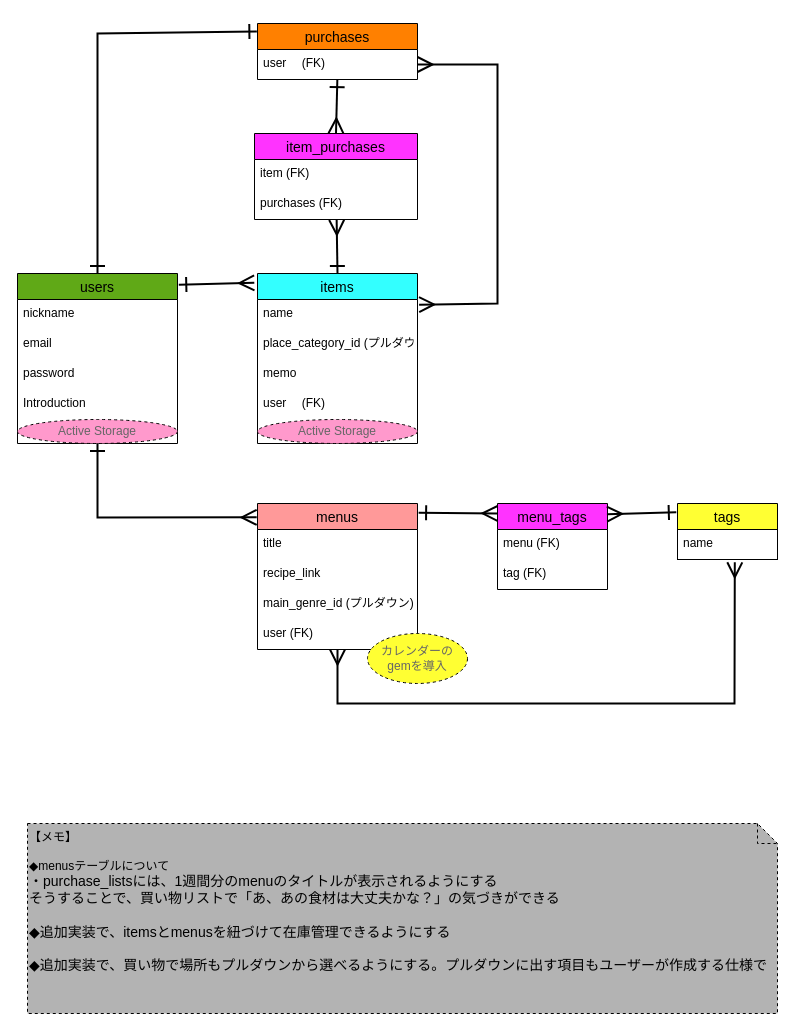
Before: page "案1" (1 of 2) of ER.dio in miyazato1872/shopping_memo, a draw.io diagram. Source tidied: cells renumbered, new cells numbered last; positions are measured from the earlier drawing's top-left corner, leaving out a move shared by most shapes. Both pictures are drawn from the tidied source at 100%, with x=0, y=0 at pixel (17, 23).
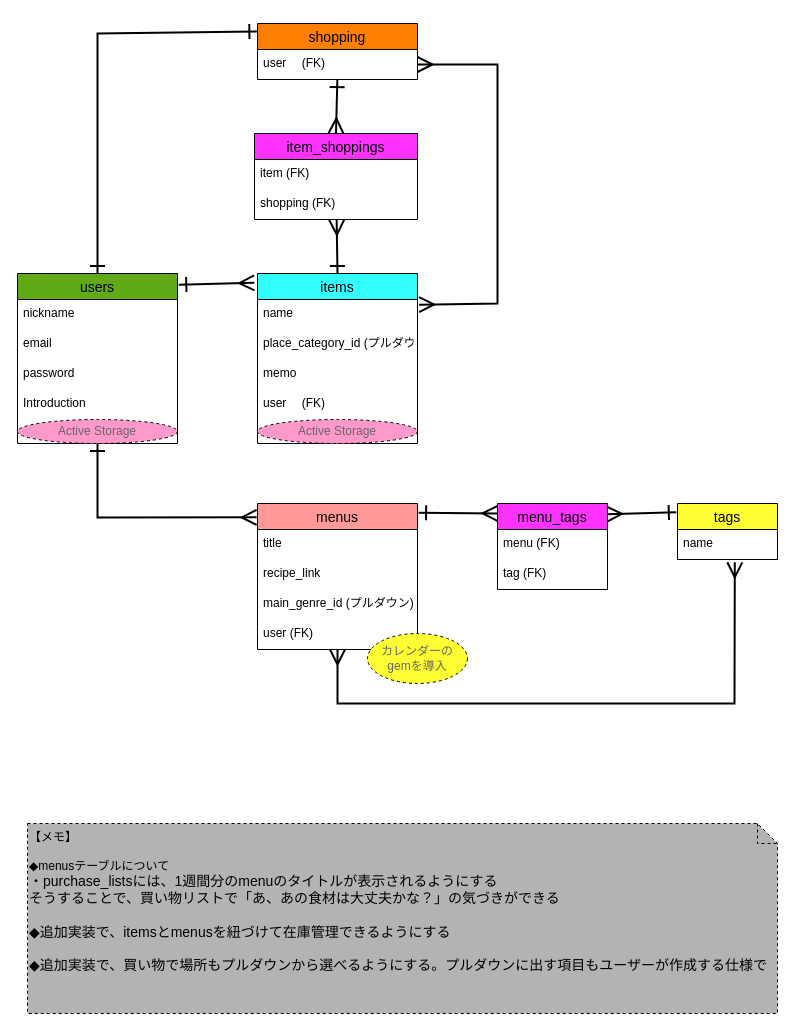
After the change.

Diff of the diagram source:
```diff
@@
-    <mxCell id="14" value="purchases" style="swimlane;fontStyle=0;horizontal=1;startSize=26;align=center;fontSize=14;rounded=0;swimlaneLine=1;glass=0;shadow=0;fillColor=#FF8000;fontColor=#000000;" parent="1" vertex="1">
+    <mxCell id="14" value="shopping" style="swimlane;fontStyle=0;horizontal=1;startSize=26;align=center;fontSize=14;rounded=0;swimlaneLine=1;glass=0;shadow=0;fillColor=#FF8000;fontColor=#000000;" parent="1" vertex="1">
       <mxGeometry x="240" width="160" height="56" as="geometry" />
     </mxCell>
@@
-    <mxCell id="35" value="item_purchases" style="swimlane;fontStyle=0;horizontal=1;startSize=26;align=center;fontSize=14;rounded=0;swimlaneLine=1;glass=0;shadow=0;fillColor=#FF33FF;fontColor=#000000;" parent="1" vertex="1">
+    <mxCell id="35" value="item_shoppings" style="swimlane;fontStyle=0;horizontal=1;startSize=26;align=center;fontSize=14;rounded=0;swimlaneLine=1;glass=0;shadow=0;fillColor=#FF33FF;fontColor=#000000;" parent="1" vertex="1">
       <mxGeometry x="237" y="110" width="163" height="86" as="geometry" />
     </mxCell>
@@
-    <mxCell id="37" value="purchases (FK)" style="text;strokeColor=none;fillColor=none;spacingLeft=4;spacingRight=4;overflow=hidden;points=[[0,0.5],[1,0.5]];portConstraint=eastwest;fontSize=12;" parent="35" vertex="1">
+    <mxCell id="37" value="shopping (FK)" style="text;strokeColor=none;fillColor=none;spacingLeft=4;spacingRight=4;overflow=hidden;points=[[0,0.5],[1,0.5]];portConstraint=eastwest;fontSize=12;" parent="35" vertex="1">
       <mxGeometry y="56" width="163" height="30" as="geometry" />
     </mxCell>
```
